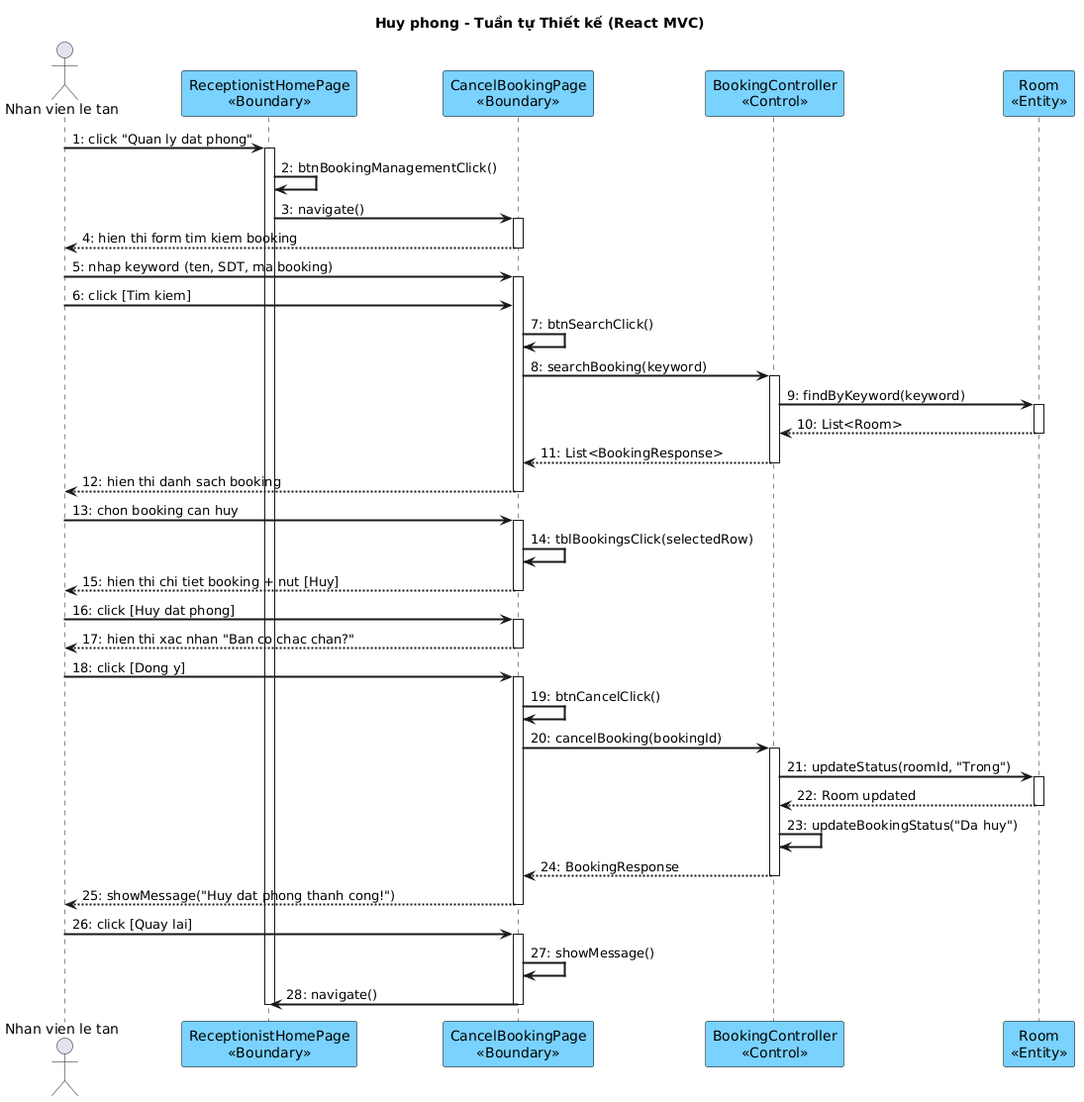
Earlier version of the PlantUML export output/diagrams/booking_seq_4.png (thanhtrnnn/cnpm).
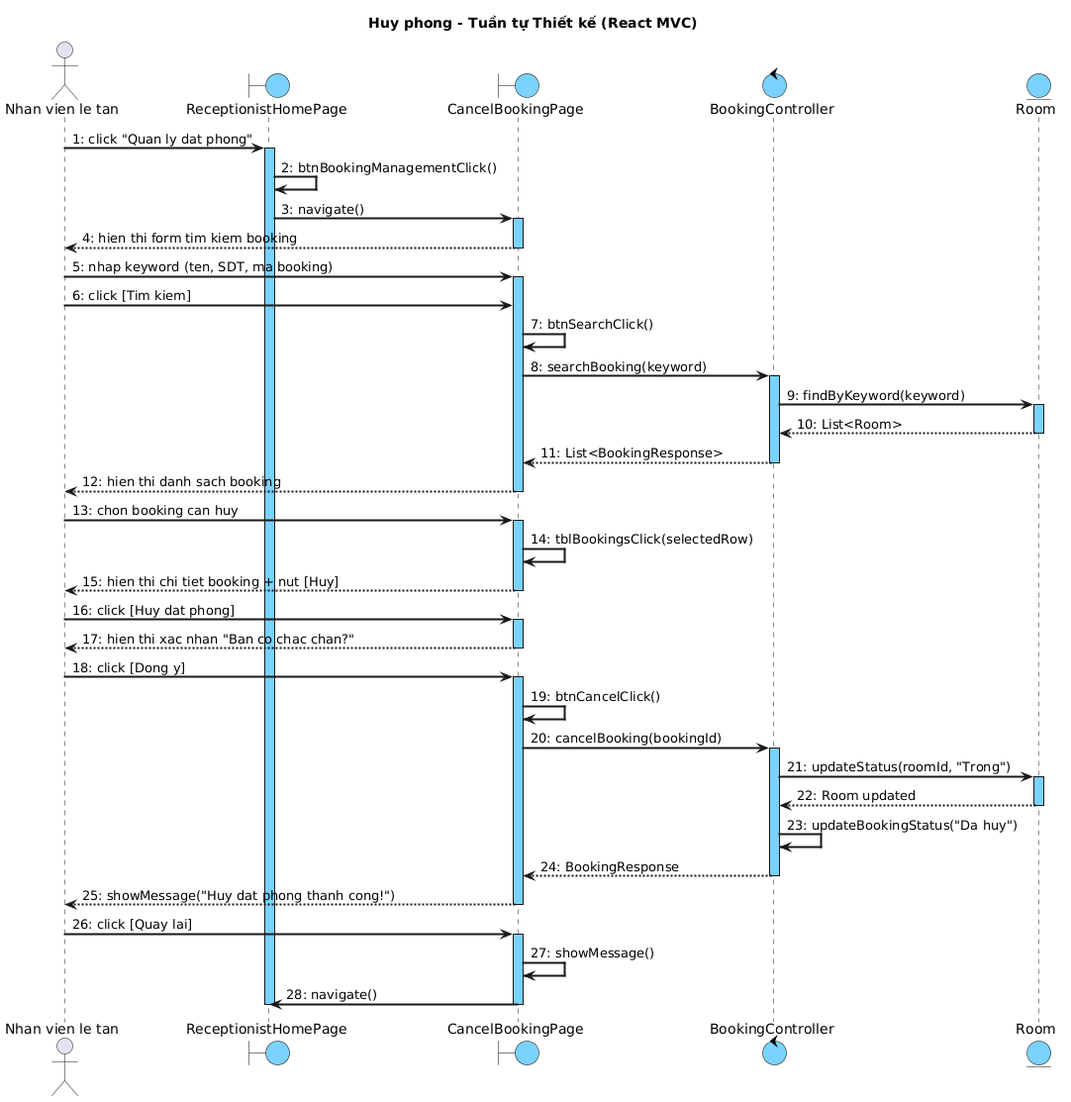
After the commit.

Commit message:
fix: sequence diagrams - blue activation bars + boundary/entity circle symbols

What changed in the source:
```diff
@@ -2,6 +2,7 @@
 skinparam shadowing false
 skinparam SequenceMessageAlign left
 skinparam SequenceArrowThickness 2
+skinparam SequenceLifeLineBackgroundColor #7AD2FF
 skinparam ParticipantBackgroundColor #7AD2FF
 skinparam ParticipantBorderColor black
 skinparam BoundaryBackgroundColor #7AD2FF
@@ -14,10 +15,10 @@
 title Huy phong - Tuần tự Thiết kế (React MVC)
 
 actor "Nhan vien le tan" as NV
-participant "ReceptionistHomePage\n<<Boundary>>" as Home
-participant "CancelBookingPage\n<<Boundary>>" as CBP
-participant "BookingController\n<<Control>>" as Ctrl
-participant "Room\n<<Entity>>" as Room
+boundary "ReceptionistHomePage" as Home
+boundary "CancelBookingPage" as CBP
+control "BookingController" as Ctrl
+entity "Room" as Room
 
 NV -> Home : 1: click "Quan ly dat phong"
 activate Home
```
